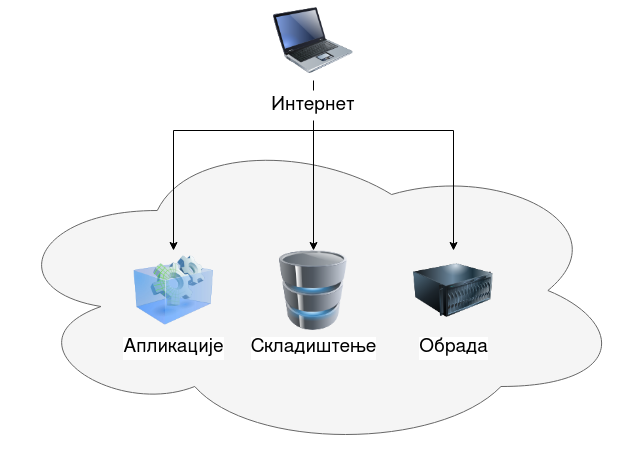
Above: thesis_serbian/master-thesis-tex-source/pictures/cloud_computing.png in davgav123/geo-locator (draw.io), before the change. Source tidied: cells renumbered, new cells last; positions are measured from the earlier drawing's top-left corner, leaving out a move shared by most shapes. Its diagram source:
```xml
<mxGraphModel>
  <root>
    <mxCell id="0" />
    <mxCell id="1" parent="0" />
    <mxCell id="2" style="ellipse;shape=cloud;whiteSpace=wrap;html=1;fillColor=#f5f5f5;fontColor=#333333;strokeColor=#666666;" parent="1" vertex="1">
      <mxGeometry x="-0.5" y="130" width="625" height="320" as="geometry" />
    </mxCell>
    <mxCell id="3" value="&lt;font style=&quot;font-size: 19px;&quot;&gt;Складиштење&lt;/font&gt;" style="image;html=1;image=img/lib/clip_art/computers/Database_128x128.png;" parent="1" vertex="1">
      <mxGeometry x="272" y="250" width="80" height="80" as="geometry" />
    </mxCell>
    <mxCell id="4" value="&lt;font style=&quot;font-size: 19px;&quot;&gt;Апликације&lt;/font&gt;" style="image;html=1;image=img/lib/clip_art/computers/Virtual_Application_128x128.png;" parent="1" vertex="1">
      <mxGeometry x="132" y="250" width="80" height="80" as="geometry" />
    </mxCell>
    <mxCell id="5" value="&lt;font style=&quot;font-size: 19px;&quot;&gt;Обрада&lt;/font&gt;" style="image;html=1;image=img/lib/clip_art/computers/Server_128x128.png;" parent="1" vertex="1">
      <mxGeometry x="412" y="250" width="80" height="80" as="geometry" />
    </mxCell>
    <mxCell id="6" style="image;html=1;image=img/lib/clip_art/computers/Laptop_128x128.png;" parent="1" vertex="1">
      <mxGeometry x="272" width="80" height="80" as="geometry" />
    </mxCell>
    <mxCell id="7" style="endArrow=classic;html=1;rounded=0;entryX=0.5;entryY=0;entryDx=0;entryDy=0;exitX=0.5;exitY=1;exitDx=0;exitDy=0;startArrow=none;" parent="1" edge="1" source="11" target="3">
      <mxGeometry relative="1" as="geometry" />
    </mxCell>
    <mxCell id="8" style="endArrow=classic;html=1;rounded=0;" parent="1" edge="1" target="4">
      <mxGeometry relative="1" as="geometry">
        <mxPoint x="172" y="130" as="sourcePoint" />
      </mxGeometry>
    </mxCell>
    <mxCell id="9" style="endArrow=classic;html=1;rounded=0;" parent="1" edge="1" target="5">
      <mxGeometry relative="1" as="geometry">
        <mxPoint x="452" y="130" as="sourcePoint" />
      </mxGeometry>
    </mxCell>
    <mxCell id="10" style="endArrow=none;html=1;rounded=0;" parent="1" edge="1">
      <mxGeometry relative="1" as="geometry">
        <mxPoint x="172" y="130" as="sourcePoint" />
        <mxPoint x="452" y="130" as="targetPoint" />
      </mxGeometry>
    </mxCell>
    <mxCell id="11" value="&lt;font style=&quot;font-size: 19px;&quot;&gt;Интернет&lt;/font&gt;" style="text;html=1;strokeColor=none;fillColor=none;align=center;verticalAlign=middle;whiteSpace=wrap;rounded=0;fontSize=18;" parent="1" vertex="1">
      <mxGeometry x="282" y="90" width="60" height="30" as="geometry" />
    </mxCell>
    <mxCell id="12" style="endArrow=none;html=1;rounded=0;entryX=0.5;entryY=0;entryDx=0;entryDy=0;exitX=0.5;exitY=1;exitDx=0;exitDy=0;" parent="1" edge="1" source="6" target="11">
      <mxGeometry relative="1" as="geometry" />
    </mxCell>
  </root>
</mxGraphModel>
```
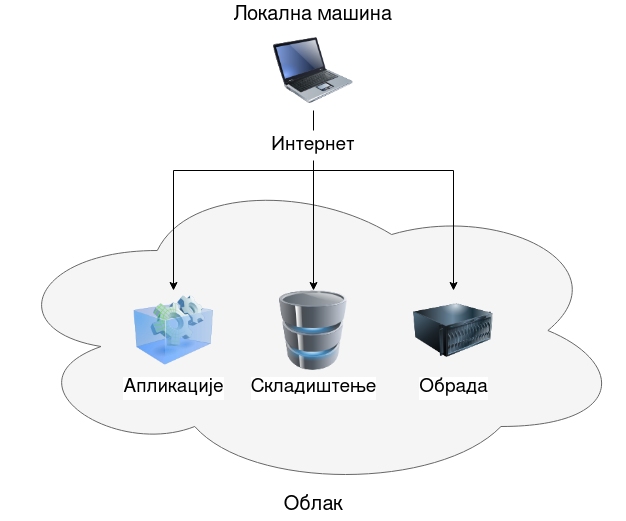
After the commit.

Change to the diagram source:
```diff
@@ -15,7 +15,7 @@
       <mxGeometry x="412" y="250" width="80" height="80" as="geometry" />
     </mxCell>
     <mxCell id="6" style="image;html=1;image=img/lib/clip_art/computers/Laptop_128x128.png;" parent="1" vertex="1">
-      <mxGeometry x="272" width="80" height="80" as="geometry" />
+      <mxGeometry x="272" y="-10" width="80" height="80" as="geometry" />
     </mxCell>
     <mxCell id="7" style="endArrow=classic;html=1;rounded=0;entryX=0.5;entryY=0;entryDx=0;entryDy=0;exitX=0.5;exitY=1;exitDx=0;exitDy=0;startArrow=none;" parent="1" edge="1" source="11" target="3">
       <mxGeometry relative="1" as="geometry" />
@@ -42,5 +42,11 @@
     <mxCell id="12" style="endArrow=none;html=1;rounded=0;entryX=0.5;entryY=0;entryDx=0;entryDy=0;exitX=0.5;exitY=1;exitDx=0;exitDy=0;" parent="1" edge="1" source="6" target="11">
       <mxGeometry relative="1" as="geometry" />
     </mxCell>
+    <mxCell id="13" value="Локална машина" style="text;html=1;strokeColor=none;fillColor=none;align=center;verticalAlign=middle;whiteSpace=wrap;rounded=0;fontSize=20;" parent="1" vertex="1">
+      <mxGeometry x="227" y="-40" width="170" height="30" as="geometry" />
+    </mxCell>
+    <mxCell id="14" value="Облак" style="text;html=1;strokeColor=none;fillColor=none;align=center;verticalAlign=middle;whiteSpace=wrap;rounded=0;fontSize=20;" parent="1" vertex="1">
+      <mxGeometry x="227" y="450" width="170" height="30" as="geometry" />
+    </mxCell>
   </root>
 </mxGraphModel>
```
